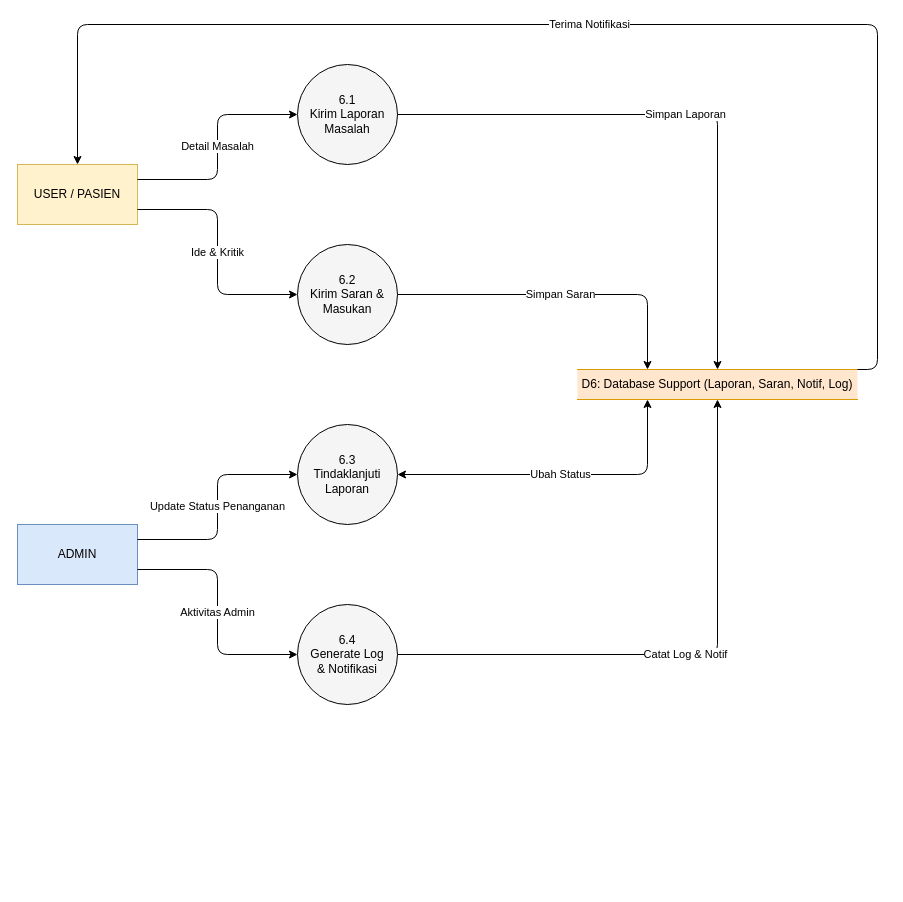
ardhikaxx/mental-health-pulih keeps this draw.io diagram as public/assets/diagram/dfd/dfd_level_2_support.drawio. Above is the earlier version. Source tidied: cells renumbered, new cells numbered last; positions are measured from the earlier drawing's top-left corner, leaving out a move shared by most shapes. Both pictures are drawn from the tidied source at 100%, with x=0, y=0 at pixel (17, 24).
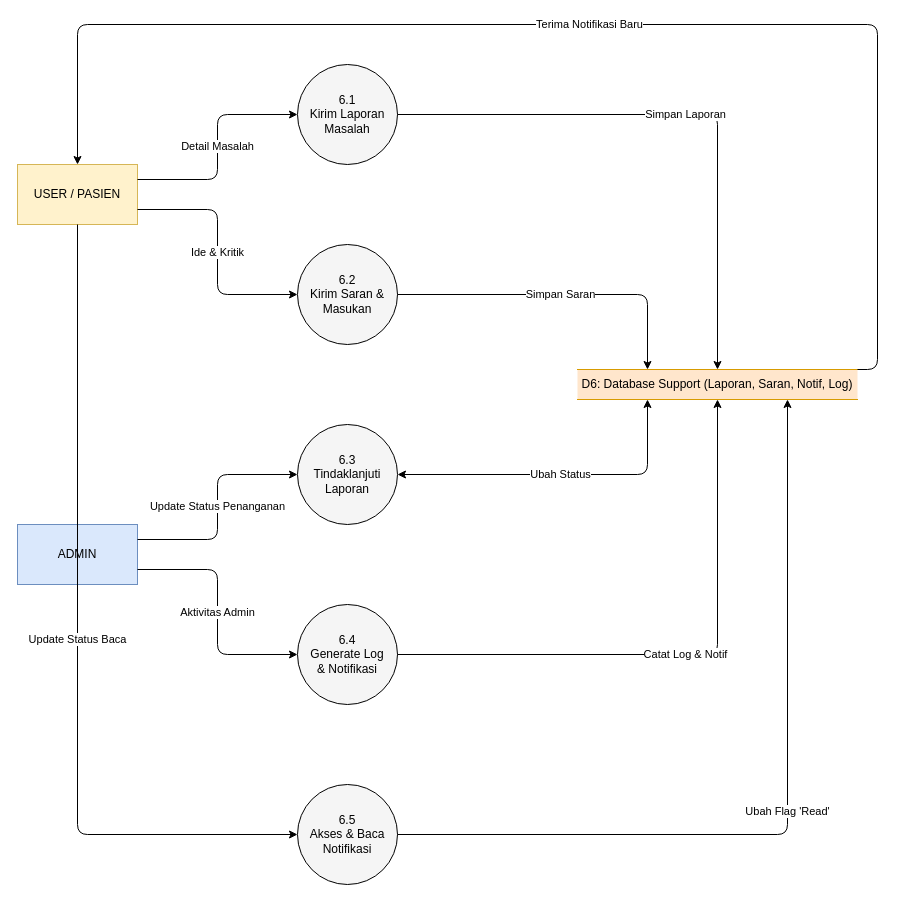
After the change.

Commit message (it also covers changes not shown here):
docs: expand DFD Level 2 diagrams to ensure 100% feature coverage including edge cases

Unchanged cells that the change refers to:
```xml
<mxCell id="2" value="USER / PASIEN" style="rounded=0;whiteSpace=wrap;html=1;fillColor=#fff2cc;strokeColor=#d6b656;fontWeight=bold;" parent="1" vertex="1">
  <mxGeometry y="140" width="120" height="60" as="geometry" />
</mxCell>
<mxCell id="8" value="D6: Database Support (Laporan, Saran, Notif, Log)" style="shape=partialRectangle;whiteSpace=wrap;html=1;left=0;right=0;fillColor=#ffe6cc;strokeColor=#d79b00;" parent="1" vertex="1">
  <mxGeometry x="560" y="345" width="280" height="30" as="geometry" />
</mxCell>
```

What changed in the source:
```diff
@@
+    <mxCell id="18" value="6.5&lt;br&gt;Akses &amp; Baca&lt;br&gt;Notifikasi" style="ellipse;whiteSpace=wrap;html=1;fillColor=#f5f5f5;" parent="1" vertex="1">
+      <mxGeometry x="280" y="760" width="100" height="100" as="geometry" />
+    </mxCell>
@@
+    <mxCell id="19" value="Update Status Baca" style="endArrow=classic;html=1;exitX=0.5;exitY=1;entryX=0;entryY=0.5;" parent="1" edge="1" source="2" target="18">
+      <mxGeometry relative="1" as="geometry">
+        <Array as="points">
+          <mxPoint x="60" y="810" />
+        </Array>
+      </mxGeometry>
+    </mxCell>
@@
+    <mxCell id="20" value="Ubah Flag 'Read'" style="endArrow=classic;html=1;exitX=1;exitY=0.5;entryX=0.75;entryY=1;" parent="1" edge="1" source="18" target="8">
+      <mxGeometry relative="1" as="geometry">
+        <Array as="points">
+          <mxPoint x="770" y="810" />
+        </Array>
+      </mxGeometry>
+    </mxCell>
-    <mxCell id="17" value="Terima Notifikasi" style="endArrow=classic;html=1;exitX=1;exitY=0;entryX=0.5;entryY=0;" parent="1" edge="1" source="8" target="2">
+    <mxCell id="17" value="Terima Notifikasi Baru" style="endArrow=classic;html=1;exitX=1;exitY=0;entryX=0.5;entryY=0;" parent="1" edge="1" source="8" target="2">
       <mxGeometry relative="1" as="geometry">
         <Array as="points">
           <mxPoint x="860" y="345" />
           <mxPoint x="860" />
           <mxPoint x="60" />
         </Array>
       </mxGeometry>
     </mxCell>
```
